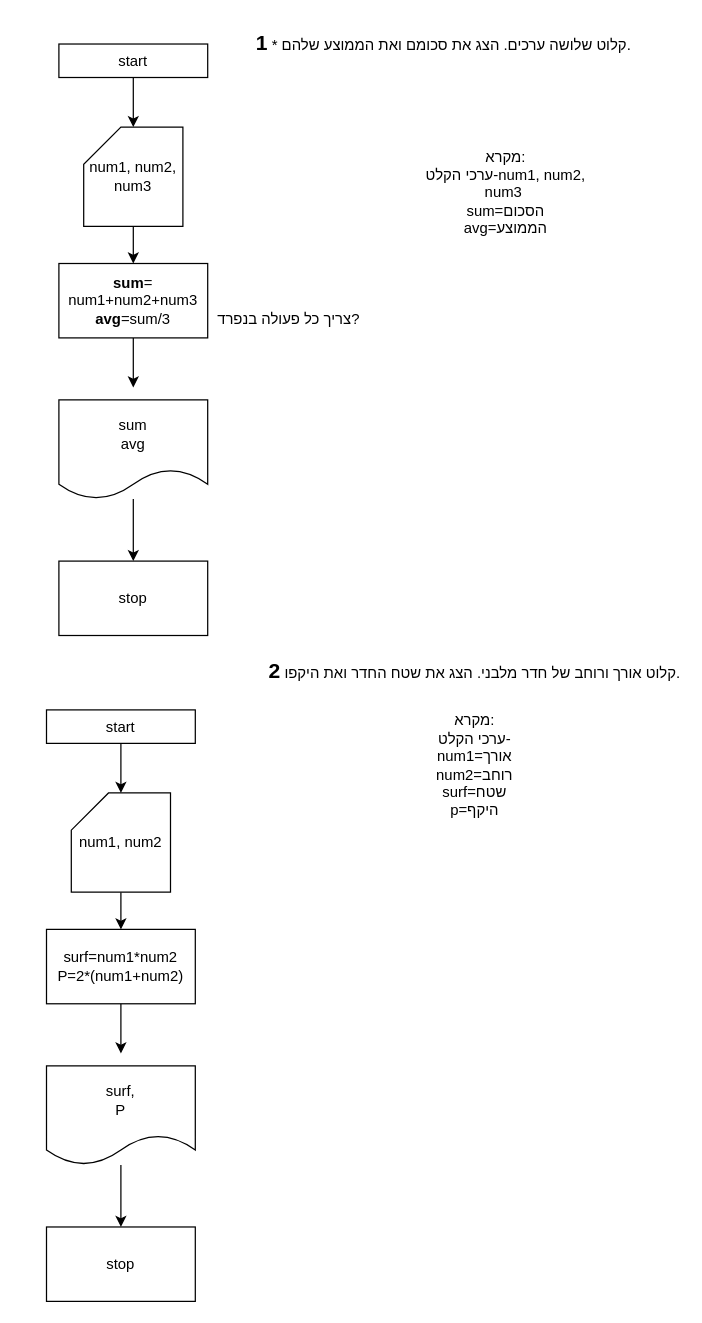
The draw.io diagram page "home-work1" (5 of 9) of Untitled Diagram.drawio in IrisBo/test0001, before the edit. Source tidied: cells renumbered, new cells numbered last; positions are measured from the earlier drawing's top-left corner, leaving out a move shared by most shapes. Both pictures are drawn from the tidied source at 124%, with x=0, y=0 at pixel (46, 21).
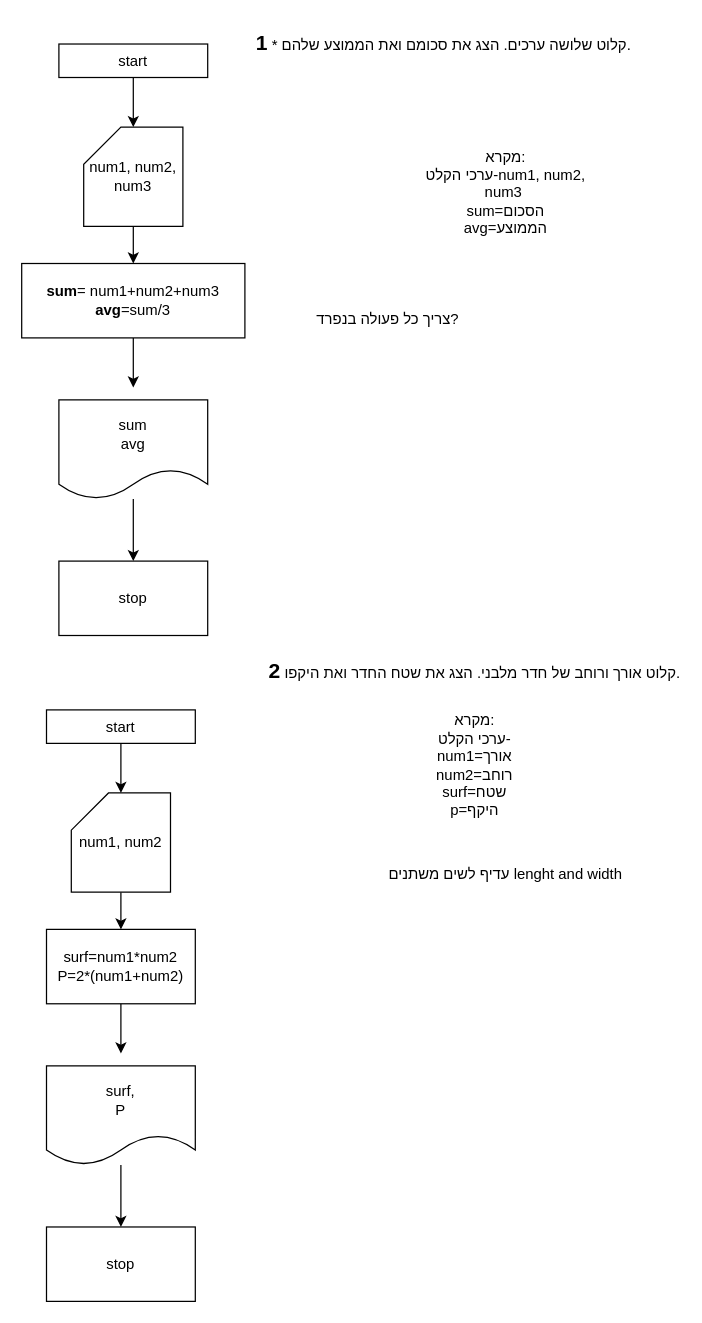
Above is the later version.

Change to the diagram source:
```diff
@@
     <mxCell id="7" value="&lt;b&gt;sum&lt;/b&gt;= num1+num2+num3&lt;br&gt;&lt;b&gt;avg&lt;/b&gt;=sum/3" style="whiteSpace=wrap;html=1;" parent="1" vertex="1">
-      <mxGeometry x="10" y="195" width="120" height="60" as="geometry" />
+      <mxGeometry x="-20" y="195" width="180" height="60" as="geometry" />
     </mxCell>
@@
     <mxCell id="13" value="צריך כל פעולה בנפרד?" style="text;html=1;align=center;verticalAlign=middle;strokeColor=none;fillColor=none;" parent="1" vertex="1">
-      <mxGeometry x="130" y="225" width="130" height="30" as="geometry" />
+      <mxGeometry x="210" y="225" width="130" height="30" as="geometry" />
     </mxCell>
@@
+    <mxCell id="27" value="עדיף לשים משתנים lenght and width" style="text;html=1;align=center;verticalAlign=middle;strokeColor=none;fillColor=none;" parent="1" vertex="1">
+      <mxGeometry x="270" y="673" width="200" height="30" as="geometry" />
+    </mxCell>
```
